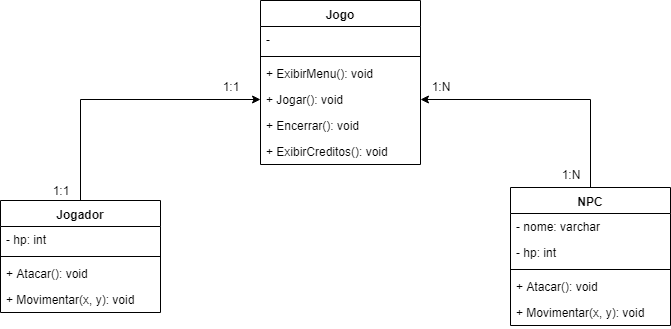
Above: Documentação/Diagrama de classe.png in Thifany-Nicastro/Sky-Ashes (draw.io), before the change. Source tidied: cells renumbered, new cells last; positions are measured from the earlier drawing's top-left corner, leaving out a move shared by most shapes.
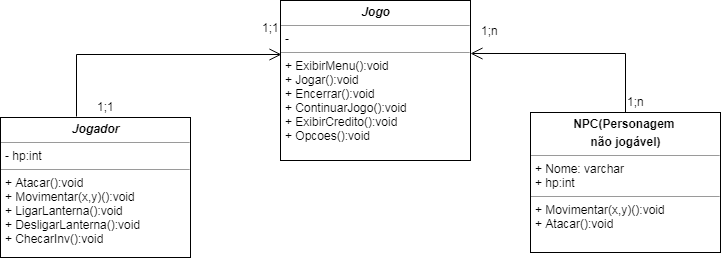
Above is the later version.

Change to the diagram source:
```diff
@@ -1,78 +1,37 @@
-<mxGraphModel>
+<mxGraphModel background="#ffffff">
   <root>
     <mxCell id="0" />
     <mxCell id="1" parent="0" />
-    <mxCell id="2" style="edgeStyle=orthogonalEdgeStyle;rounded=0;jettySize=auto;html=1;entryX=0;entryY=0.5;entryDx=0;entryDy=0;" parent="1" edge="1" source="3" target="19">
-      <mxGeometry relative="1" as="geometry" />
-    </mxCell>
-    <mxCell id="3" value="Jogador" style="swimlane;fontStyle=1;align=center;verticalAlign=top;horizontal=1;startSize=26;" parent="1" vertex="1">
-      <mxGeometry y="200" width="160" height="112" as="geometry" />
-    </mxCell>
-    <mxCell id="4" value="- hp: int" style="text;strokeColor=none;fillColor=none;align=left;verticalAlign=top;spacingLeft=4;spacingRight=4;overflow=hidden;" parent="3" vertex="1">
-      <mxGeometry y="26" width="160" height="26" as="geometry" />
-    </mxCell>
-    <mxCell id="5" style="line;strokeWidth=1;fillColor=none;align=left;verticalAlign=middle;spacingTop=-1;spacingLeft=3;spacingRight=3;labelPosition=right;" parent="3" vertex="1">
-      <mxGeometry y="52" width="160" height="8" as="geometry" />
-    </mxCell>
-    <mxCell id="6" value="+ Atacar(): void&#10;" style="text;strokeColor=none;fillColor=none;align=left;verticalAlign=top;spacingLeft=4;spacingRight=4;overflow=hidden;" parent="3" vertex="1">
-      <mxGeometry y="60" width="160" height="26" as="geometry" />
-    </mxCell>
-    <mxCell id="7" value="+ Movimentar(x, y): void&#10;" style="text;strokeColor=none;fillColor=none;align=left;verticalAlign=top;spacingLeft=4;spacingRight=4;overflow=hidden;" parent="3" vertex="1">
-      <mxGeometry y="86" width="160" height="26" as="geometry" />
-    </mxCell>
-    <mxCell id="8" style="edgeStyle=orthogonalEdgeStyle;rounded=0;jettySize=auto;html=1;exitX=0.5;exitY=0;exitDx=0;exitDy=0;entryX=1;entryY=0.5;entryDx=0;entryDy=0;" parent="1" edge="1" source="9" target="19">
-      <mxGeometry relative="1" as="geometry" />
-    </mxCell>
-    <mxCell id="9" value="NPC" style="swimlane;fontStyle=1;align=center;verticalAlign=top;horizontal=1;startSize=26;" parent="1" vertex="1">
-      <mxGeometry x="510" y="187" width="160" height="138" as="geometry" />
-    </mxCell>
-    <mxCell id="10" value="- nome: varchar" style="text;strokeColor=none;fillColor=none;align=left;verticalAlign=top;spacingLeft=4;spacingRight=4;overflow=hidden;" parent="9" vertex="1">
-      <mxGeometry y="26" width="160" height="26" as="geometry" />
-    </mxCell>
-    <mxCell id="11" value="- hp: int&#10;" style="text;strokeColor=none;fillColor=none;align=left;verticalAlign=top;spacingLeft=4;spacingRight=4;overflow=hidden;" parent="9" vertex="1">
-      <mxGeometry y="52" width="160" height="26" as="geometry" />
-    </mxCell>
-    <mxCell id="12" style="line;strokeWidth=1;fillColor=none;align=left;verticalAlign=middle;spacingTop=-1;spacingLeft=3;spacingRight=3;labelPosition=right;" parent="9" vertex="1">
-      <mxGeometry y="78" width="160" height="8" as="geometry" />
-    </mxCell>
-    <mxCell id="13" value="+ Atacar(): void&#10;" style="text;strokeColor=none;fillColor=none;align=left;verticalAlign=top;spacingLeft=4;spacingRight=4;overflow=hidden;" parent="9" vertex="1">
-      <mxGeometry y="86" width="160" height="26" as="geometry" />
-    </mxCell>
-    <mxCell id="14" value="+ Movimentar(x, y): void&#10;" style="text;strokeColor=none;fillColor=none;align=left;verticalAlign=top;spacingLeft=4;spacingRight=4;overflow=hidden;" parent="9" vertex="1">
-      <mxGeometry y="112" width="160" height="26" as="geometry" />
-    </mxCell>
-    <mxCell id="15" value="Jogo" style="swimlane;fontStyle=1;align=center;verticalAlign=top;horizontal=1;startSize=26;" parent="1" vertex="1">
-      <mxGeometry x="260" width="160" height="164" as="geometry" />
-    </mxCell>
-    <mxCell id="16" value="-" style="text;strokeColor=none;fillColor=none;align=left;verticalAlign=top;spacingLeft=4;spacingRight=4;overflow=hidden;" parent="15" vertex="1">
-      <mxGeometry y="26" width="160" height="26" as="geometry" />
-    </mxCell>
-    <mxCell id="17" style="line;strokeWidth=1;fillColor=none;align=left;verticalAlign=middle;spacingTop=-1;spacingLeft=3;spacingRight=3;labelPosition=right;" parent="15" vertex="1">
-      <mxGeometry y="52" width="160" height="8" as="geometry" />
-    </mxCell>
-    <mxCell id="18" value="+ ExibirMenu(): void&#10;" style="text;strokeColor=none;fillColor=none;align=left;verticalAlign=top;spacingLeft=4;spacingRight=4;overflow=hidden;" parent="15" vertex="1">
-      <mxGeometry y="60" width="160" height="26" as="geometry" />
-    </mxCell>
-    <mxCell id="19" value="+ Jogar(): void&#10;" style="text;strokeColor=none;fillColor=none;align=left;verticalAlign=top;spacingLeft=4;spacingRight=4;overflow=hidden;points=[[0,0.5],[1,0.5]];portConstraint=eastwest;" parent="15" vertex="1">
-      <mxGeometry y="86" width="160" height="26" as="geometry" />
-    </mxCell>
-    <mxCell id="20" value="+ Encerrar(): void&#10;" style="text;strokeColor=none;fillColor=none;align=left;verticalAlign=top;spacingLeft=4;spacingRight=4;overflow=hidden;" parent="15" vertex="1">
-      <mxGeometry y="112" width="160" height="26" as="geometry" />
-    </mxCell>
-    <mxCell id="21" value="+ ExibirCreditos(): void&#10;" style="text;strokeColor=none;fillColor=none;align=left;verticalAlign=top;spacingLeft=4;spacingRight=4;overflow=hidden;" parent="15" vertex="1">
-      <mxGeometry y="138" width="160" height="26" as="geometry" />
-    </mxCell>
-    <mxCell id="22" value="1:N" style="text;html=1;strokeColor=none;fillColor=none;align=center;verticalAlign=middle;whiteSpace=wrap;rounded=0;" parent="1" vertex="1">
-      <mxGeometry x="420" y="76" width="40" height="20" as="geometry" />
-    </mxCell>
-    <mxCell id="23" value="1:N" style="text;html=1;strokeColor=none;fillColor=none;align=center;verticalAlign=middle;whiteSpace=wrap;rounded=0;" parent="1" vertex="1">
-      <mxGeometry x="550" y="164" width="40" height="20" as="geometry" />
-    </mxCell>
-    <mxCell id="24" value="1:1" style="text;html=1;strokeColor=none;fillColor=none;align=center;verticalAlign=middle;whiteSpace=wrap;rounded=0;" parent="1" vertex="1">
-      <mxGeometry x="40" y="180" width="40" height="20" as="geometry" />
-    </mxCell>
-    <mxCell id="25" value="1:1" style="text;html=1;strokeColor=none;fillColor=none;align=center;verticalAlign=middle;whiteSpace=wrap;rounded=0;" parent="1" vertex="1">
-      <mxGeometry x="210" y="76" width="40" height="20" as="geometry" />
-    </mxCell>
+    <mxCell id="26" style="edgeStyle=orthogonalEdgeStyle;rounded=0;html=1;labelBackgroundColor=none;startFill=0;endArrow=open;endFill=0;endSize=10;fontFamily=Verdana;fontSize=10;entryX=0.005;entryY=0.336;entryDx=0;entryDy=0;entryPerimeter=0;exitX=0.4;exitY=-0.007;exitDx=0;exitDy=0;exitPerimeter=0;" parent="1" edge="1" source="27" target="34">
+      <mxGeometry relative="1" as="geometry" />
+    </mxCell>
+    <mxCell id="27" value="&lt;p style=&quot;margin: 0px ; margin-top: 4px ; text-align: center&quot;&gt;&lt;i&gt;&lt;b&gt;Jogador&lt;/b&gt;&lt;/i&gt;&lt;/p&gt;&lt;hr size=&quot;1&quot;&gt;&lt;p style=&quot;margin: 0px ; margin-left: 4px&quot;&gt;- hp:int&lt;/p&gt;&lt;hr size=&quot;1&quot;&gt;&lt;p style=&quot;margin: 0px ; margin-left: 4px&quot;&gt;+ Atacar():void&lt;br&gt;+ Movimentar(x,y)():void&lt;/p&gt;&lt;p style=&quot;margin: 0px ; margin-left: 4px&quot;&gt;+ LigarLanterna():void&lt;/p&gt;&lt;p style=&quot;margin: 0px ; margin-left: 4px&quot;&gt;+ DesligarLanterna():void&lt;/p&gt;&lt;p style=&quot;margin: 0px ; margin-left: 4px&quot;&gt;+ ChecarInv():void&lt;/p&gt;" style="verticalAlign=top;align=left;overflow=fill;fontSize=12;fontFamily=Helvetica;html=1;rounded=0;shadow=0;comic=0;labelBackgroundColor=none;strokeColor=#000000;strokeWidth=1;fillColor=#ffffff;" parent="1" vertex="1">
+      <mxGeometry x="-10" y="-13" width="190" height="140" as="geometry" />
+    </mxCell>
+    <mxCell id="28" style="edgeStyle=orthogonalEdgeStyle;rounded=0;html=1;labelBackgroundColor=none;startFill=0;endArrow=open;endFill=0;endSize=10;fontFamily=Verdana;fontSize=10;exitX=0.5;exitY=0;exitDx=0;exitDy=0;entryX=1;entryY=0.329;entryDx=0;entryDy=0;entryPerimeter=0;" parent="1" edge="1" source="29" target="34">
+      <mxGeometry relative="1" as="geometry">
+        <Array as="points">
+          <mxPoint x="615" y="-77" />
+        </Array>
+      </mxGeometry>
+    </mxCell>
+    <mxCell id="29" value="&lt;p style=&quot;margin: 0px ; margin-top: 4px ; text-align: center&quot;&gt;&lt;b&gt;NPC(Personagem&amp;nbsp;&lt;/b&gt;&lt;/p&gt;&lt;p style=&quot;margin: 0px ; margin-top: 4px ; text-align: center&quot;&gt;&lt;b&gt;não jogável)&lt;/b&gt;&lt;/p&gt;&lt;hr size=&quot;1&quot;&gt;&lt;p style=&quot;margin: 0px ; margin-left: 4px&quot;&gt;+ Nome: varchar&lt;br&gt;+ hp:int&lt;/p&gt;&lt;hr size=&quot;1&quot;&gt;&lt;p style=&quot;margin: 0px ; margin-left: 4px&quot;&gt;+ Movimentar(x,y)():void&lt;br&gt;+ Atacar():void&lt;/p&gt;" style="verticalAlign=top;align=left;overflow=fill;fontSize=12;fontFamily=Helvetica;html=1;rounded=0;shadow=0;comic=0;labelBackgroundColor=none;strokeColor=#000000;strokeWidth=1;fillColor=#ffffff;" parent="1" vertex="1">
+      <mxGeometry x="520" y="-18" width="190" height="140" as="geometry" />
+    </mxCell>
+    <mxCell id="30" value="1;n" style="text;html=1;align=left;verticalAlign=top;spacingTop=-4;" parent="1" vertex="1">
+      <mxGeometry x="469" y="-109" width="30" height="20" as="geometry" />
+    </mxCell>
+    <mxCell id="31" value="1;1" style="text;html=1;align=left;verticalAlign=top;spacingTop=-4;" parent="1" vertex="1">
+      <mxGeometry x="85" y="-33" width="30" height="20" as="geometry" />
+    </mxCell>
+    <mxCell id="32" value="1;1" style="text;html=1;align=left;verticalAlign=top;spacingTop=-4;" parent="1" vertex="1">
+      <mxGeometry x="250" y="-112" width="30" height="20" as="geometry" />
+    </mxCell>
+    <mxCell id="33" value="1;n" style="text;html=1;align=left;verticalAlign=top;spacingTop=-4;" parent="1" vertex="1">
+      <mxGeometry x="615" y="-38" width="30" height="20" as="geometry" />
+    </mxCell>
+    <mxCell id="34" value="&lt;p style=&quot;margin: 0px ; margin-top: 4px ; text-align: center&quot;&gt;&lt;i&gt;&lt;b&gt;Jogo&lt;/b&gt;&lt;/i&gt;&lt;/p&gt;&lt;hr size=&quot;1&quot;&gt;&lt;p style=&quot;margin: 0px ; margin-left: 4px&quot;&gt;-&lt;/p&gt;&lt;hr size=&quot;1&quot;&gt;&lt;p style=&quot;margin: 0px ; margin-left: 4px&quot;&gt;+ ExibirMenu():void&lt;br&gt;+ Jogar():void&lt;/p&gt;&lt;p style=&quot;margin: 0px ; margin-left: 4px&quot;&gt;+ Encerrar():void&lt;/p&gt;&lt;p style=&quot;margin: 0px ; margin-left: 4px&quot;&gt;+ ContinuarJogo():void&lt;/p&gt;&lt;p style=&quot;margin: 0px ; margin-left: 4px&quot;&gt;+ ExibirCredito():void&lt;/p&gt;&lt;p style=&quot;margin: 0px ; margin-left: 4px&quot;&gt;+ Opcoes():void&lt;/p&gt;" style="verticalAlign=top;align=left;overflow=fill;fontSize=12;fontFamily=Helvetica;html=1;rounded=0;shadow=0;comic=0;labelBackgroundColor=none;strokeColor=#000000;strokeWidth=1;fillColor=#ffffff;" parent="1" vertex="1">
+      <mxGeometry x="270" y="-130" width="190" height="160" as="geometry" />
+    </mxCell>
   </root>
 </mxGraphModel>
```
